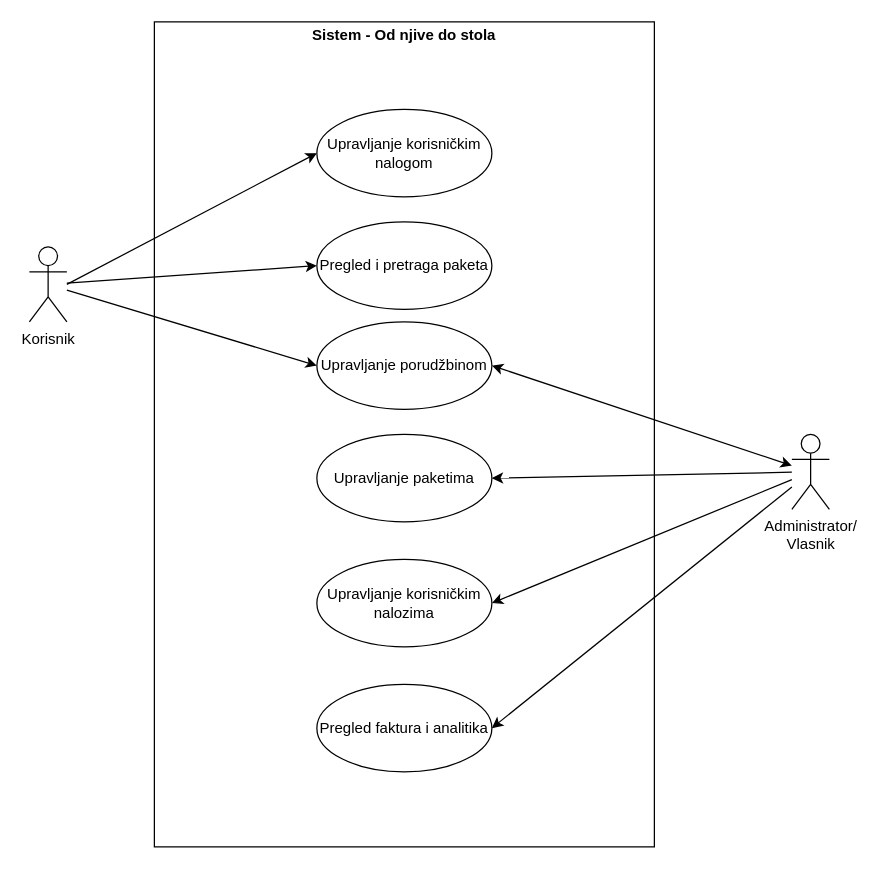
TheTheophan/Od-njive-do-stola keeps this draw.io diagram as Dijagrami/UML dijagrami/USE-CASE dijagram.drawio. Above is the earlier version. Source tidied: cells renumbered, new cells numbered last; positions are measured from the earlier drawing's top-left corner, leaving out a move shared by most shapes. Both pictures are drawn from the tidied source at 125%, with x=0, y=0 at pixel (29, 21).
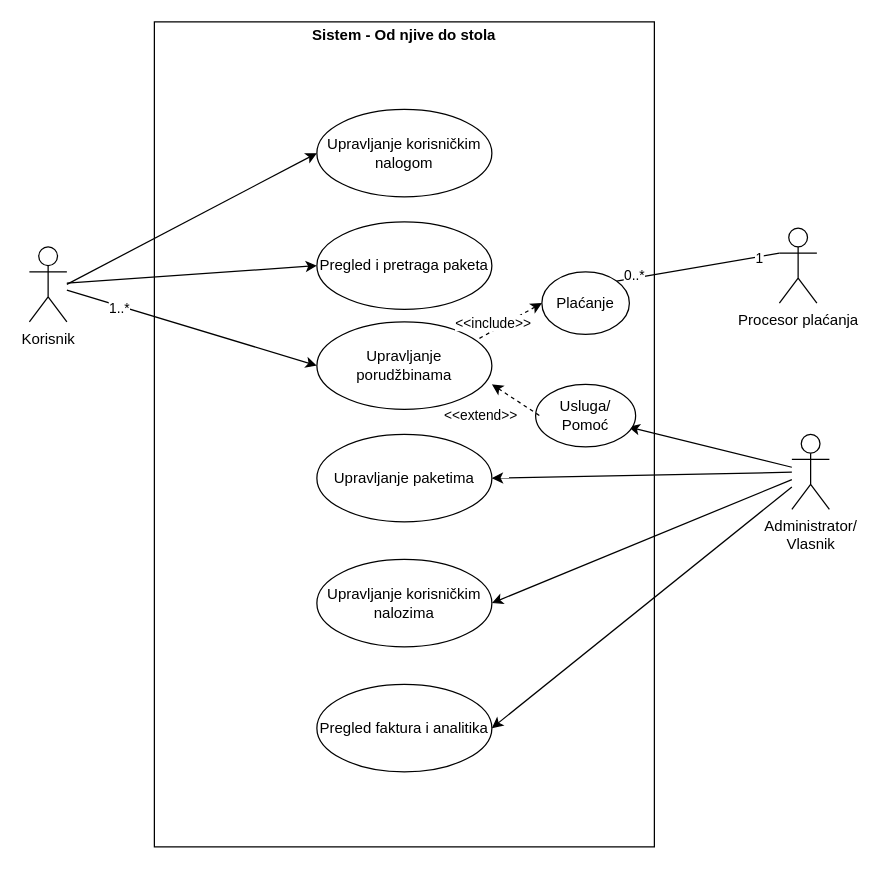
Above is the later version.

Commit message (it also covers changes not shown here):
Use case diagram tweaks, expanded documentation

Unchanged cells that the change refers to:
```xml
<mxCell id="4" style="rounded=0;jettySize=auto;html=1;entryX=0;entryY=0.5;entryDx=0;entryDy=0;" parent="1" edge="1" source="2" target="9">
  <mxGeometry relative="1" as="geometry" />
</mxCell>
<mxCell id="13" value="Administrator/&lt;div&gt;Vlasnik&lt;/div&gt;" style="shape=umlActor;verticalLabelPosition=bottom;verticalAlign=top;html=1;" parent="1" vertex="1">
  <mxGeometry x="610" y="330" width="30" height="60" as="geometry" />
</mxCell>
```

Change to the diagram source:
```diff
@@
+    <mxCell id="18" value="1..*" style="edgeLabel;html=1;align=center;verticalAlign=middle;" parent="4" vertex="1">
+      <mxGeometry x="-0.57" y="-1" relative="1" as="geometry">
+        <mxPoint x="-1" as="offset" />
+      </mxGeometry>
+    </mxCell>
@@
-    <mxCell id="9" value="Upravljanje porudžbinom" style="ellipse;whiteSpace=wrap;html=1;" parent="1" vertex="1">
+    <mxCell id="9" value="Upravljanje porudžbinama" style="ellipse;whiteSpace=wrap;html=1;" parent="1" vertex="1">
       <mxGeometry x="230" y="240" width="140" height="70" as="geometry" />
     </mxCell>
@@
-    <mxCell id="14" style="rounded=0;jettySize=auto;html=1;entryX=1;entryY=0.5;entryDx=0;entryDy=0;startArrow=classic;startFill=1;" parent="1" edge="1" source="13" target="9">
+    <mxCell id="14" style="rounded=0;jettySize=auto;html=1;startArrow=classic;startFill=1;endArrow=none;endFill=0;exitX=0.929;exitY=0.68;exitDx=0;exitDy=0;exitPerimeter=0;" parent="1" edge="1" source="26" target="13">
       <mxGeometry relative="1" as="geometry" />
     </mxCell>
@@
+    <mxCell id="19" value="Procesor plaćanja" style="shape=umlActor;verticalLabelPosition=bottom;verticalAlign=top;html=1;outlineConnect=0;" parent="1" vertex="1">
+      <mxGeometry x="600" y="165" width="30" height="60" as="geometry" />
+    </mxCell>
+    <mxCell id="20" style="endArrow=none;html=1;rounded=0;entryX=0;entryY=0.3333333333333333;entryDx=0;entryDy=0;entryPerimeter=0;exitX=1;exitY=0;exitDx=0;exitDy=0;" parent="1" edge="1" source="23" target="19">
+      <mxGeometry relative="1" as="geometry" />
+    </mxCell>
+    <mxCell id="21" value="0..*" style="edgeLabel;html=1;align=center;verticalAlign=middle;" parent="20" vertex="1">
+      <mxGeometry x="-0.79" y="2" relative="1" as="geometry" />
+    </mxCell>
+    <mxCell id="22" value="1" style="edgeLabel;html=1;align=center;verticalAlign=middle;" parent="20" vertex="1">
+      <mxGeometry x="0.74" y="-1" relative="1" as="geometry" />
+    </mxCell>
+    <mxCell id="23" value="Plaćanje" style="ellipse;whiteSpace=wrap;html=1;" parent="1" vertex="1">
+      <mxGeometry x="410" y="200" width="70" height="50" as="geometry" />
+    </mxCell>
+    <mxCell id="24" style="endArrow=none;dashed=1;html=1;rounded=0;entryX=0.919;entryY=0.2;entryDx=0;entryDy=0;exitX=0;exitY=0.5;exitDx=0;exitDy=0;startArrow=classic;startFill=1;entryPerimeter=0;" parent="1" edge="1" source="23" target="9">
+      <mxGeometry relative="1" as="geometry" />
+    </mxCell>
+    <mxCell id="25" value="&amp;lt;&amp;lt;include&amp;gt;&amp;gt;" style="edgeLabel;html=1;align=center;verticalAlign=middle;" parent="24" vertex="1">
+      <mxGeometry x="0.05" y="1" relative="1" as="geometry">
+        <mxPoint x="-13" y="-1" as="offset" />
+      </mxGeometry>
+    </mxCell>
+    <mxCell id="26" value="Usluga/&lt;div&gt;Pomoć&lt;/div&gt;" style="ellipse;whiteSpace=wrap;html=1;" parent="1" vertex="1">
+      <mxGeometry x="405" y="290" width="80" height="50" as="geometry" />
+    </mxCell>
+    <mxCell id="27" style="endArrow=none;dashed=1;html=1;rounded=0;entryX=0;entryY=0.5;entryDx=0;entryDy=0;startArrow=classic;startFill=1;" parent="1" edge="1">
+      <mxGeometry relative="1" as="geometry">
+        <mxPoint x="370" y="290" as="sourcePoint" />
+        <mxPoint x="409.1" y="315.6" as="targetPoint" />
+      </mxGeometry>
+    </mxCell>
+    <mxCell id="28" value="&amp;lt;&amp;lt;extend&amp;gt;&amp;gt;" style="edgeLabel;html=1;align=center;verticalAlign=middle;" parent="27" vertex="1">
+      <mxGeometry x="0.05" y="1" relative="1" as="geometry">
+        <mxPoint x="-31" y="12" as="offset" />
+      </mxGeometry>
+    </mxCell>
```
